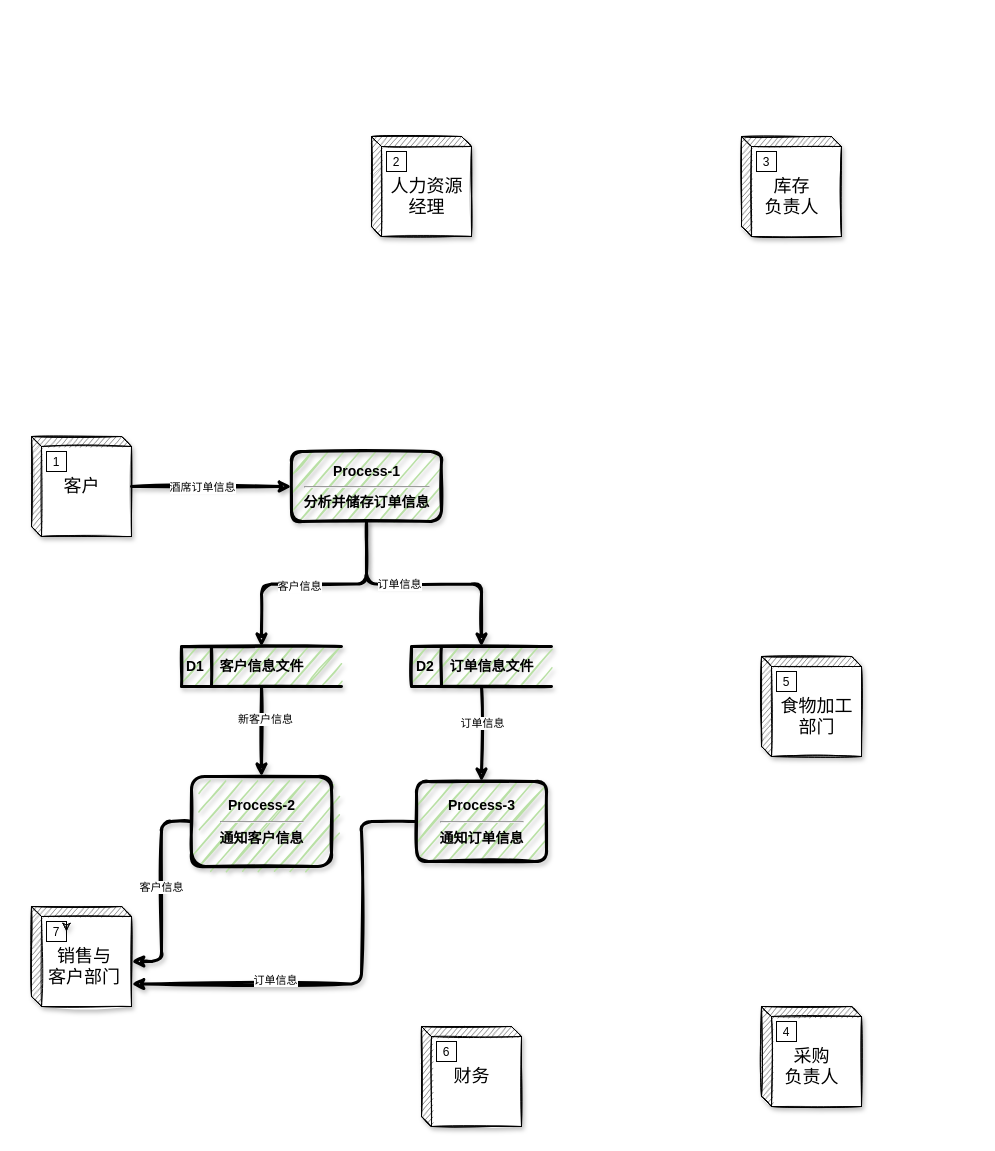
Above: DFD/DFD_layer_0.drawio in YuanchenZhu2020/DrawIO (draw.io), before the change. Source tidied: cells renumbered, new cells numbered last; positions are measured from the earlier drawing's top-left corner, leaving out a move shared by most shapes. Both pictures are drawn from the tidied source at 100%, with x=0, y=0 at pixel (31, 136).
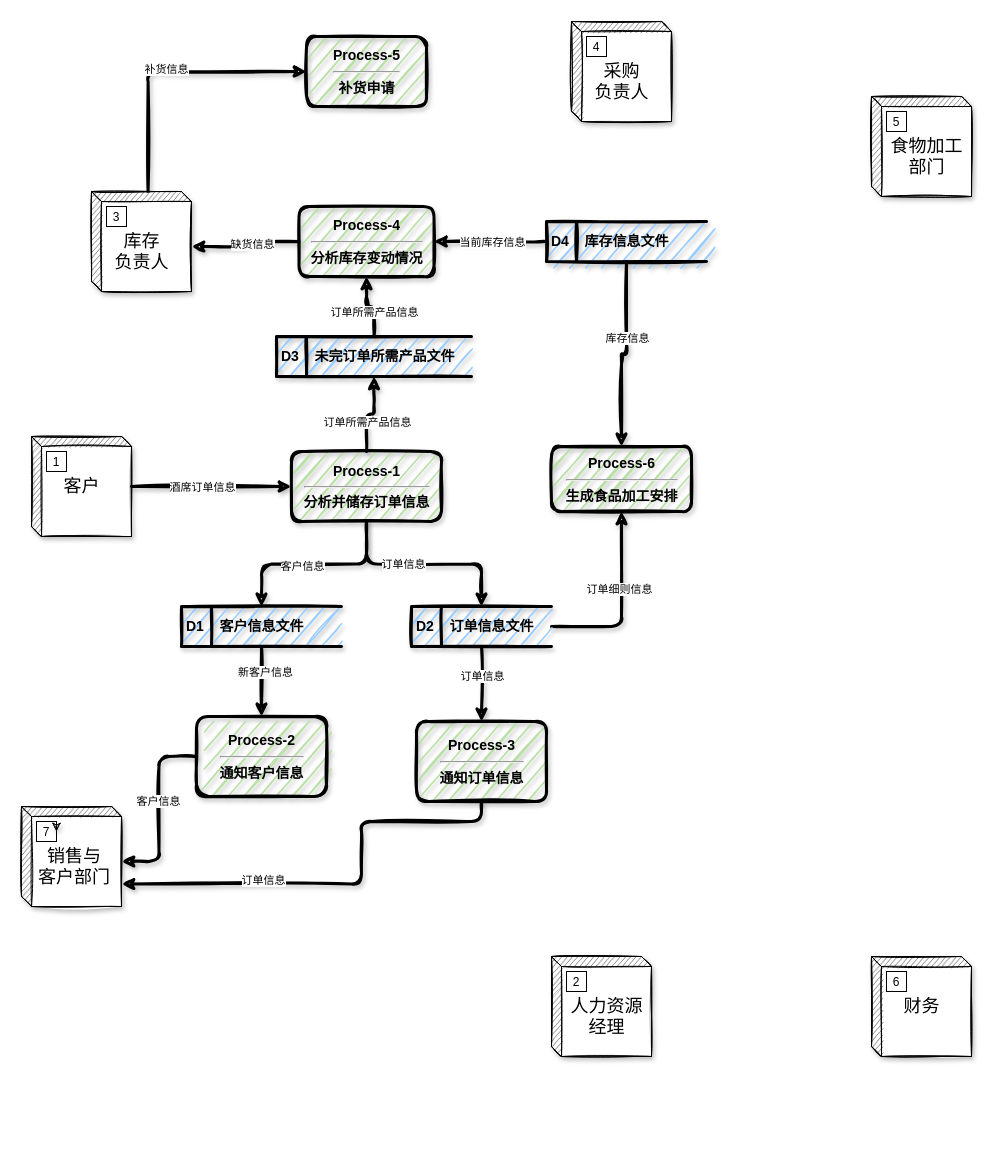
After the change.

The change refers to these unchanged cells:
```xml
<mxCell id="23" value="&lt;div&gt;&lt;b style=&quot;font-size: 14px&quot;&gt;Process-1&lt;/b&gt;&lt;/div&gt;&lt;hr&gt;&lt;span style=&quot;font-size: 14px&quot;&gt;&lt;b&gt;分析并储存订单信息&lt;/b&gt;&lt;/span&gt;" style="html=1;dashed=0;whitespace=wrap;rounded=1;shadow=1;sketch=1;strokeColor=#000000;strokeWidth=3;fillColor=#B9E0A5;overflow=visible;" parent="1" vertex="1">
  <mxGeometry x="260" y="315" width="150" height="70" as="geometry" />
</mxCell>
```

What changed in the source:
```diff
@@
+    <mxCell id="36" style="edgeStyle=orthogonalEdgeStyle;sketch=1;jettySize=auto;html=1;entryX=0;entryY=0.5;entryDx=0;entryDy=0;shadow=1;strokeWidth=3;exitX=0.566;exitY=0.006;exitDx=0;exitDy=0;exitPerimeter=0;" parent="1" edge="1" source="6" target="53">
+      <mxGeometry relative="1" as="geometry" />
+    </mxCell>
+    <mxCell id="37" value="补货信息" style="edgeLabel;html=1;align=center;verticalAlign=middle;" parent="36" vertex="1">
+      <mxGeometry x="-0.01" y="3" relative="1" as="geometry" />
+    </mxCell>
     <mxCell id="6" value="&lt;font style=&quot;font-size: 18px&quot;&gt;&lt;br&gt;库存&lt;br&gt;负责人&lt;/font&gt;" style="html=1;dashed=0;whitespace=wrap;shape=mxgraph.dfd.externalEntity;sketch=1;shadow=1;" parent="1" vertex="1">
-      <mxGeometry x="710" width="100" height="100" as="geometry" />
+      <mxGeometry x="60" y="55" width="100" height="100" as="geometry" />
     </mxCell>
@@
     <mxCell id="8" value="&lt;font style=&quot;font-size: 18px&quot;&gt;&lt;br&gt;采购&lt;br&gt;负责人&lt;/font&gt;" style="html=1;dashed=0;whitespace=wrap;shape=mxgraph.dfd.externalEntity;sketch=1;shadow=1;" parent="1" vertex="1">
-      <mxGeometry x="730" y="870" width="100" height="100" as="geometry" />
+      <mxGeometry x="540" y="-115" width="100" height="100" as="geometry" />
     </mxCell>
@@
     <mxCell id="10" value="&lt;font style=&quot;font-size: 18px&quot;&gt;&lt;br&gt;&amp;nbsp; 食物加工&lt;br&gt;&amp;nbsp; 部门&lt;/font&gt;" style="html=1;dashed=0;whitespace=wrap;shape=mxgraph.dfd.externalEntity;sketch=1;shadow=1;" parent="1" vertex="1">
-      <mxGeometry x="730" y="520" width="100" height="100" as="geometry" />
+      <mxGeometry x="840" y="-40" width="100" height="100" as="geometry" />
     </mxCell>
@@
     <mxCell id="12" value="&lt;font style=&quot;font-size: 18px&quot;&gt;财务&lt;/font&gt;" style="html=1;dashed=0;whitespace=wrap;shape=mxgraph.dfd.externalEntity;fontSize=14;shadow=1;sketch=1;" parent="1" vertex="1">
-      <mxGeometry x="390" y="890" width="100" height="100" as="geometry" />
+      <mxGeometry x="840" y="820" width="100" height="100" as="geometry" />
     </mxCell>
@@
     <mxCell id="14" value="&lt;font style=&quot;font-size: 18px&quot;&gt;&lt;br&gt;&amp;nbsp; 人力资源&lt;br&gt;&amp;nbsp; 经理&lt;/font&gt;" style="html=1;dashed=0;whitespace=wrap;shape=mxgraph.dfd.externalEntity;sketch=1;shadow=1;" parent="1" vertex="1">
-      <mxGeometry x="340" width="100" height="100" as="geometry" />
+      <mxGeometry x="520" y="820" width="100" height="100" as="geometry" />
     </mxCell>
@@
     <mxCell id="16" value="&lt;font style=&quot;font-size: 18px&quot;&gt;&lt;br&gt;&amp;nbsp;销售与&lt;br&gt;&amp;nbsp;客户部门&lt;/font&gt;" style="html=1;dashed=0;whitespace=wrap;shape=mxgraph.dfd.externalEntity;shadow=1;sketch=1;fontSize=14;" parent="1" vertex="1">
-      <mxGeometry y="770" width="100" height="100" as="geometry" />
+      <mxGeometry x="-10" y="670" width="100" height="100" as="geometry" />
     </mxCell>
@@
+    <mxCell id="38" style="edgeStyle=orthogonalEdgeStyle;sketch=1;jettySize=auto;html=1;shadow=1;strokeWidth=3;" parent="1" edge="1" source="23" target="44">
+      <mxGeometry relative="1" as="geometry" />
+    </mxCell>
+    <mxCell id="39" value="订单所需产品信息" style="edgeLabel;html=1;align=center;verticalAlign=middle;" parent="38" vertex="1">
+      <mxGeometry x="-0.28" relative="1" as="geometry" />
+    </mxCell>
@@
+    <mxCell id="40" style="edgeStyle=orthogonalEdgeStyle;sketch=1;jettySize=auto;html=1;entryX=0.5;entryY=1;entryDx=0;entryDy=0;shadow=1;strokeWidth=3;exitX=1;exitY=0.5;exitDx=0;exitDy=0;" parent="1" edge="1" source="26" target="54">
+      <mxGeometry relative="1" as="geometry" />
+    </mxCell>
+    <mxCell id="41" value="订单细则信息" style="edgeLabel;html=1;align=center;verticalAlign=middle;" parent="40" vertex="1">
+      <mxGeometry x="0.17" y="3" relative="1" as="geometry" />
+    </mxCell>
-    <mxCell id="26" value="&lt;font style=&quot;font-size: 14px&quot;&gt;&lt;b&gt;D2&amp;nbsp; &amp;nbsp; 订单信息文件&lt;/b&gt;&lt;/font&gt;" style="html=1;dashed=0;whitespace=wrap;shape=mxgraph.dfd.dataStoreID;align=left;spacingLeft=3;points=[[0,0],[0.5,0],[1,0],[0,0.5],[1,0.5],[0,1],[0.5,1],[1,1]];rounded=1;shadow=1;sketch=1;strokeWidth=3;fillColor=#B9E0A5;" parent="1" vertex="1">
-      <mxGeometry x="380" y="510" width="140" height="40" as="geometry" />
+    <mxCell id="26" value="&lt;font style=&quot;font-size: 14px&quot;&gt;&lt;b&gt;D2&amp;nbsp; &amp;nbsp; 订单信息文件&lt;/b&gt;&lt;/font&gt;" style="html=1;dashed=0;whitespace=wrap;shape=mxgraph.dfd.dataStoreID;align=left;spacingLeft=3;points=[[0,0],[0.5,0],[1,0],[0,0.5],[1,0.5],[0,1],[0.5,1],[1,1]];rounded=1;shadow=1;sketch=1;strokeWidth=3;fillColor=#99CCFF;" parent="1" vertex="1">
+      <mxGeometry x="380" y="470" width="140" height="40" as="geometry" />
     </mxCell>
@@
-    <mxCell id="29" value="&lt;b&gt;&lt;font style=&quot;font-size: 14px&quot;&gt;D1&amp;nbsp; &amp;nbsp; 客户信息文件&lt;/font&gt;&lt;/b&gt;" style="html=1;dashed=0;whitespace=wrap;shape=mxgraph.dfd.dataStoreID;align=left;spacingLeft=3;points=[[0,0],[0.5,0],[1,0],[0,0.5],[1,0.5],[0,1],[0.5,1],[1,1]];rounded=1;shadow=1;sketch=1;strokeWidth=3;fillColor=#B9E0A5;" parent="1" vertex="1">
-      <mxGeometry x="150" y="510" width="160" height="40" as="geometry" />
+    <mxCell id="29" value="&lt;b&gt;&lt;font style=&quot;font-size: 14px&quot;&gt;D1&amp;nbsp; &amp;nbsp; 客户信息文件&lt;/font&gt;&lt;/b&gt;" style="html=1;dashed=0;whitespace=wrap;shape=mxgraph.dfd.dataStoreID;align=left;spacingLeft=3;points=[[0,0],[0.5,0],[1,0],[0,0.5],[1,0.5],[0,1],[0.5,1],[1,1]];rounded=1;shadow=1;sketch=1;strokeWidth=3;fillColor=#99CCFF;" parent="1" vertex="1">
+      <mxGeometry x="150" y="470" width="160" height="40" as="geometry" />
     </mxCell>
@@
     <mxCell id="32" value="&lt;b style=&quot;font-size: 14px&quot;&gt;&lt;font style=&quot;font-size: 14px&quot;&gt;Process-2&lt;/font&gt;&lt;/b&gt;&lt;hr style=&quot;font-size: 14px&quot;&gt;&lt;b style=&quot;font-size: 14px&quot;&gt;&lt;font style=&quot;font-size: 14px&quot;&gt;通知客户信息&lt;/font&gt;&lt;/b&gt;" style="html=1;dashed=0;whitespace=wrap;rounded=1;shadow=1;sketch=1;strokeWidth=3;fillColor=#B9E0A5;align=center;" parent="1" vertex="1">
-      <mxGeometry x="160" y="640" width="140" height="90" as="geometry" />
+      <mxGeometry x="165" y="580" width="130" height="80" as="geometry" />
     </mxCell>
     <mxCell id="33" style="edgeStyle=orthogonalEdgeStyle;sketch=1;jettySize=auto;html=1;entryX=0;entryY=0;entryDx=100;entryDy=77.5;entryPerimeter=0;shadow=1;strokeWidth=3;" parent="1" edge="1" source="35" target="16">
       <mxGeometry relative="1" as="geometry">
         <Array as="points">
+          <mxPoint x="450" y="685" />
           <mxPoint x="330" y="685" />
-          <mxPoint x="330" y="848" />
+          <mxPoint x="330" y="748" />
         </Array>
       </mxGeometry>
     </mxCell>
@@
     <mxCell id="35" value="&lt;div style=&quot;font-size: 14px&quot;&gt;&lt;span&gt;&lt;b&gt;&lt;font style=&quot;font-size: 14px&quot;&gt;Process-3&lt;/font&gt;&lt;/b&gt;&lt;/span&gt;&lt;/div&gt;&lt;hr style=&quot;font-size: 14px&quot;&gt;&lt;b style=&quot;font-size: 14px&quot;&gt;&lt;font style=&quot;font-size: 14px&quot;&gt;通知订单信息&lt;/font&gt;&lt;/b&gt;" style="html=1;dashed=0;whitespace=wrap;rounded=1;shadow=1;sketch=1;strokeWidth=3;fillColor=#B9E0A5;align=center;" parent="1" vertex="1">
-      <mxGeometry x="385" y="645" width="130" height="80" as="geometry" />
+      <mxGeometry x="385" y="585" width="130" height="80" as="geometry" />
     </mxCell>
+    <mxCell id="42" style="edgeStyle=orthogonalEdgeStyle;sketch=1;jettySize=auto;html=1;entryX=0.5;entryY=1;entryDx=0;entryDy=0;shadow=1;strokeWidth=3;" parent="1" edge="1" source="44" target="47">
+      <mxGeometry relative="1" as="geometry" />
+    </mxCell>
+    <mxCell id="43" value="订单所需产品信息" style="edgeLabel;html=1;align=center;verticalAlign=middle;" parent="42" vertex="1">
+      <mxGeometry x="-0.27" relative="1" as="geometry" />
+    </mxCell>
+    <mxCell id="44" value="&lt;b&gt;&lt;font style=&quot;font-size: 14px&quot;&gt;D3&amp;nbsp; &amp;nbsp; 未完订单所需产品文件&lt;/font&gt;&lt;/b&gt;" style="html=1;dashed=0;whitespace=wrap;shape=mxgraph.dfd.dataStoreID;align=left;spacingLeft=3;points=[[0,0],[0.5,0],[1,0],[0,0.5],[1,0.5],[0,1],[0.5,1],[1,1]];rounded=1;shadow=1;sketch=1;strokeWidth=3;fillColor=#99CCFF;" parent="1" vertex="1">
+      <mxGeometry x="245" y="200" width="195" height="40" as="geometry" />
+    </mxCell>
+    <mxCell id="45" style="edgeStyle=orthogonalEdgeStyle;sketch=1;jettySize=auto;html=1;entryX=0;entryY=0;entryDx=100;entryDy=55;entryPerimeter=0;shadow=1;strokeWidth=3;" parent="1" edge="1" source="47" target="6">
+      <mxGeometry relative="1" as="geometry" />
+    </mxCell>
+    <mxCell id="46" value="缺货信息" style="edgeLabel;html=1;align=center;verticalAlign=middle;" parent="45" vertex="1">
+      <mxGeometry x="-0.17" y="2" relative="1" as="geometry" />
+    </mxCell>
+    <mxCell id="47" value="&lt;b style=&quot;font-size: 14px&quot;&gt;&lt;font style=&quot;font-size: 14px&quot;&gt;Process-4&lt;/font&gt;&lt;/b&gt;&lt;hr style=&quot;font-size: 14px&quot;&gt;&lt;b style=&quot;font-size: 14px&quot;&gt;&lt;font style=&quot;font-size: 14px&quot;&gt;分析库存变动情况&lt;/font&gt;&lt;/b&gt;" style="html=1;dashed=0;whitespace=wrap;rounded=1;shadow=1;sketch=1;strokeWidth=3;fillColor=#B9E0A5;align=center;" parent="1" vertex="1">
+      <mxGeometry x="267.5" y="70" width="135" height="70" as="geometry" />
+    </mxCell>
+    <mxCell id="48" style="edgeStyle=orthogonalEdgeStyle;sketch=1;jettySize=auto;html=1;entryX=1;entryY=0.5;entryDx=0;entryDy=0;shadow=1;strokeWidth=3;exitX=0;exitY=0.5;exitDx=0;exitDy=0;" parent="1" edge="1" source="52" target="47">
+      <mxGeometry relative="1" as="geometry">
+        <Array as="points">
+          <mxPoint x="480" y="105" />
+          <mxPoint x="480" y="105" />
+        </Array>
+      </mxGeometry>
+    </mxCell>
+    <mxCell id="49" value="当前库存信息" style="edgeLabel;html=1;align=center;verticalAlign=middle;" parent="48" vertex="1">
+      <mxGeometry x="0.18" relative="1" as="geometry">
+        <mxPoint x="11" as="offset" />
+      </mxGeometry>
+    </mxCell>
+    <mxCell id="50" style="edgeStyle=orthogonalEdgeStyle;sketch=1;jettySize=auto;html=1;entryX=0.5;entryY=0;entryDx=0;entryDy=0;shadow=1;strokeWidth=3;" parent="1" edge="1" source="52" target="54">
+      <mxGeometry relative="1" as="geometry" />
+    </mxCell>
+    <mxCell id="51" value="库存信息" style="edgeLabel;html=1;align=center;verticalAlign=middle;" parent="50" vertex="1">
+      <mxGeometry x="-0.2" relative="1" as="geometry" />
+    </mxCell>
+    <mxCell id="52" value="&lt;b&gt;&lt;font style=&quot;font-size: 14px&quot;&gt;D4&amp;nbsp; &amp;nbsp; 库存信息文件&lt;/font&gt;&lt;/b&gt;" style="html=1;dashed=0;whitespace=wrap;shape=mxgraph.dfd.dataStoreID;align=left;spacingLeft=3;points=[[0,0],[0.5,0],[1,0],[0,0.5],[1,0.5],[0,1],[0.5,1],[1,1]];rounded=1;shadow=1;sketch=1;strokeWidth=3;fillColor=#99CCFF;" parent="1" vertex="1">
+      <mxGeometry x="515" y="85" width="160" height="40" as="geometry" />
+    </mxCell>
+    <mxCell id="53" value="&lt;span style=&quot;font-size: 14px&quot;&gt;&lt;font style=&quot;font-size: 14px&quot;&gt;&lt;b&gt;Process-5&lt;/b&gt;&lt;/font&gt;&lt;/span&gt;&lt;hr style=&quot;font-size: 14px&quot;&gt;&lt;span style=&quot;font-size: 14px&quot;&gt;&lt;font style=&quot;font-size: 14px&quot;&gt;&lt;b&gt;补货申请&lt;/b&gt;&lt;/font&gt;&lt;/span&gt;" style="html=1;dashed=0;whitespace=wrap;rounded=1;shadow=1;sketch=1;strokeWidth=3;align=center;fillColor=#B9E0A5;" parent="1" vertex="1">
+      <mxGeometry x="275" y="-100" width="120" height="70" as="geometry" />
+    </mxCell>
+    <mxCell id="54" value="&lt;b style=&quot;font-size: 14px&quot;&gt;&lt;font style=&quot;font-size: 14px&quot;&gt;Process-6&lt;/font&gt;&lt;/b&gt;&lt;hr style=&quot;font-size: 14px&quot;&gt;&lt;b style=&quot;font-size: 14px&quot;&gt;&lt;font style=&quot;font-size: 14px&quot;&gt;生成食品加工安排&lt;/font&gt;&lt;/b&gt;" style="html=1;dashed=0;whitespace=wrap;rounded=1;shadow=1;sketch=1;strokeWidth=3;fillColor=#B9E0A5;align=center;" parent="1" vertex="1">
+      <mxGeometry x="520" y="310" width="140" height="65" as="geometry" />
+    </mxCell>
```
